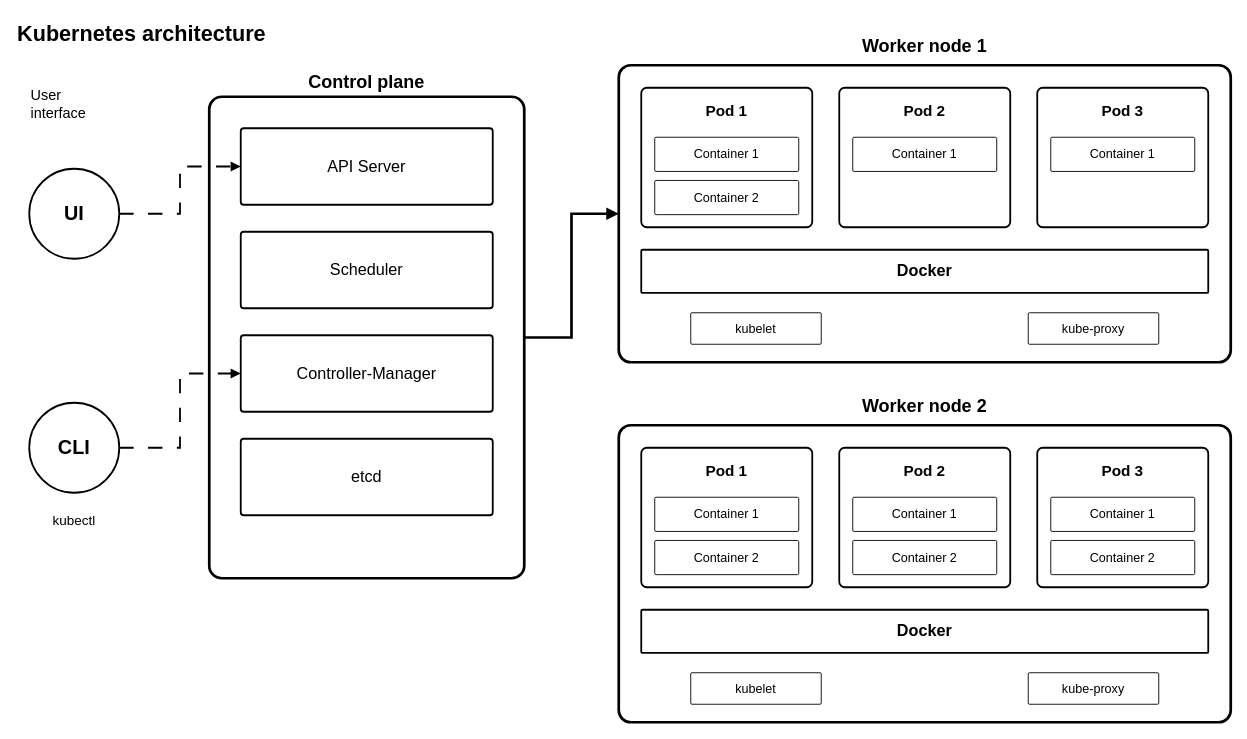
The draw.io diagram Architecture_flow/kubernetes_architecture.drawio in teja963/Advanced-DSA-and-CS-Theory, before the edit. Source tidied: cells renumbered, new cells numbered last; positions are measured from the earlier drawing's top-left corner, leaving out a move shared by most shapes. Both pictures are drawn from the tidied source at 90%, with x=0, y=0 at pixel (15, 15).
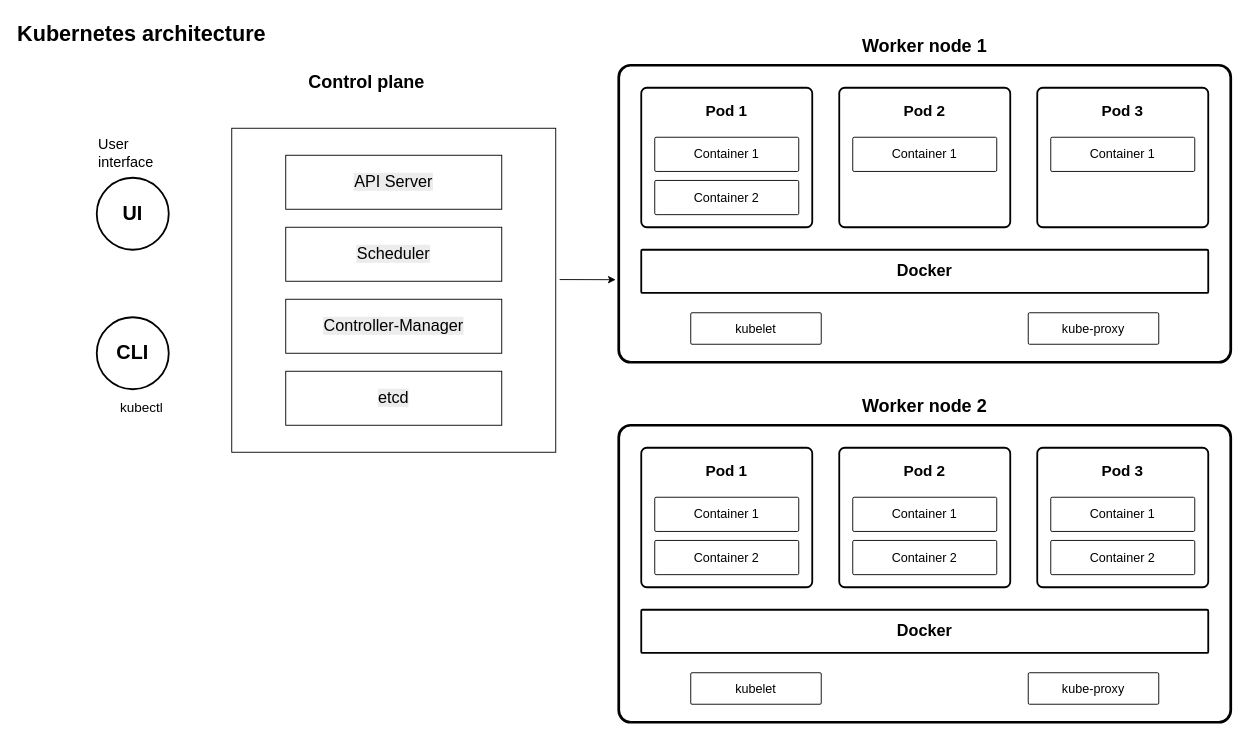
Above is the later version.

Unchanged cells that the change refers to:
```xml
<mxCell id="14" style="rounded=1;whiteSpace=wrap;html=1;strokeColor=#000000;fillColor=#ffffff;strokeWidth=3;arcSize=4;" parent="1" vertex="1">
  <mxGeometry x="670" y="55" width="680" height="330" as="geometry" />
</mxCell>
```

Diff of the diagram source:
```diff
@@
     <mxCell id="3" value="User&#10;interface" style="text;html=1;align=left;verticalAlign=middle;whiteSpace=wrap;fontSize=16;fontColor=#000000;" parent="1" vertex="1">
-      <mxGeometry x="15" y="70" width="120" height="55" as="geometry" />
+      <mxGeometry x="90" y="125" width="120" height="55" as="geometry" />
     </mxCell>
     <mxCell id="4" value="UI" style="ellipse;whiteSpace=wrap;html=1;strokeColor=#000000;fillColor=#ffffff;fontColor=#000000;fontSize=22;fontStyle=1;strokeWidth=2;" parent="1" vertex="1">
-      <mxGeometry x="15" y="170" width="100" height="100" as="geometry" />
+      <mxGeometry x="90" y="180" width="80" height="80" as="geometry" />
     </mxCell>
     <mxCell id="5" value="CLI" style="ellipse;whiteSpace=wrap;html=1;strokeColor=#000000;fillColor=#ffffff;fontColor=#000000;fontSize=22;fontStyle=1;strokeWidth=2;" parent="1" vertex="1">
-      <mxGeometry x="15" y="430" width="100" height="100" as="geometry" />
+      <mxGeometry x="90" y="335" width="80" height="80" as="geometry" />
     </mxCell>
     <mxCell id="6" value="kubectl" style="text;html=1;align=center;verticalAlign=middle;whiteSpace=wrap;fontSize=15;fontColor=#000000;" parent="1" vertex="1">
-      <mxGeometry x="15" y="545" width="100" height="30" as="geometry" />
+      <mxGeometry x="90" y="420" width="100" height="30" as="geometry" />
     </mxCell>
@@
-    <mxCell id="8" style="rounded=1;whiteSpace=wrap;html=1;strokeColor=#000000;fillColor=#ffffff;strokeWidth=3;arcSize=4;" parent="1" vertex="1">
-      <mxGeometry x="215" y="90" width="350" height="535" as="geometry" />
-    </mxCell>
-    <mxCell id="9" value="API Server" style="rounded=1;whiteSpace=wrap;html=1;strokeColor=#000000;fillColor=#ffffff;fontColor=#000000;fontSize=18;strokeWidth=2;arcSize=4;" parent="8" vertex="1">
-      <mxGeometry x="35" y="35" width="280" height="85" as="geometry" />
-    </mxCell>
-    <mxCell id="10" value="Scheduler" style="rounded=1;whiteSpace=wrap;html=1;strokeColor=#000000;fillColor=#ffffff;fontColor=#000000;fontSize=18;strokeWidth=2;arcSize=4;" parent="8" vertex="1">
-      <mxGeometry x="35" y="150" width="280" height="85" as="geometry" />
-    </mxCell>
-    <mxCell id="11" value="Controller-Manager" style="rounded=1;whiteSpace=wrap;html=1;strokeColor=#000000;fillColor=#ffffff;fontColor=#000000;fontSize=18;strokeWidth=2;arcSize=4;" parent="8" vertex="1">
-      <mxGeometry x="35" y="265" width="280" height="85" as="geometry" />
-    </mxCell>
-    <mxCell id="12" value="etcd" style="rounded=1;whiteSpace=wrap;html=1;strokeColor=#000000;fillColor=#ffffff;fontColor=#000000;fontSize=18;strokeWidth=2;arcSize=4;" parent="8" vertex="1">
-      <mxGeometry x="35" y="380" width="280" height="85" as="geometry" />
-    </mxCell>
@@
-    <mxCell id="39" style="edgeStyle=orthogonalEdgeStyle;rounded=0;jettySize=auto;html=1;dashed=1;dashPattern=8 8;endArrow=block;endFill=1;strokeColor=#000000;strokeWidth=2;" parent="1" edge="1" source="4" target="9">
-      <mxGeometry relative="1" as="geometry" />
-    </mxCell>
-    <mxCell id="40" style="edgeStyle=orthogonalEdgeStyle;rounded=0;jettySize=auto;html=1;dashed=1;dashPattern=8 8;endArrow=block;endFill=1;strokeColor=#000000;strokeWidth=2;" parent="1" edge="1" source="5" target="11">
-      <mxGeometry relative="1" as="geometry" />
-    </mxCell>
-    <mxCell id="41" style="edgeStyle=orthogonalEdgeStyle;rounded=0;jettySize=auto;html=1;endArrow=block;endFill=1;strokeColor=#000000;strokeWidth=3;" parent="1" edge="1" source="8" target="14">
-      <mxGeometry relative="1" as="geometry" />
-    </mxCell>
+    <mxCell id="42" style="whiteSpace=wrap;html=1;" parent="1" vertex="1">
+      <mxGeometry x="240" y="125" width="360" height="360" as="geometry" />
+    </mxCell>
+    <mxCell id="9" value="&lt;span style=&quot;caret-color: rgb(0, 0, 0); color: rgb(0, 0, 0); font-family: Helvetica; font-size: 18px; font-style: normal; font-variant-caps: normal; font-weight: 400; letter-spacing: normal; orphans: 2; text-align: center; text-indent: 0px; text-transform: none; white-space: normal; widows: 2; word-spacing: 0px; -webkit-text-stroke-width: 0px; background-color: rgb(236, 236, 236); text-decoration: none; display: inline !important; float: none;&quot;&gt;API Server&lt;/span&gt;" style="rounded=0;whiteSpace=wrap;html=1;" parent="1" vertex="1">
+      <mxGeometry x="300" y="155" width="240" height="60" as="geometry" />
+    </mxCell>
+    <mxCell id="10" value="&lt;span style=&quot;caret-color: rgb(0, 0, 0); color: rgb(0, 0, 0); font-family: Helvetica; font-size: 18px; font-style: normal; font-variant-caps: normal; font-weight: 400; letter-spacing: normal; orphans: 2; text-align: center; text-indent: 0px; text-transform: none; white-space: normal; widows: 2; word-spacing: 0px; -webkit-text-stroke-width: 0px; background-color: rgb(236, 236, 236); text-decoration: none; display: inline !important; float: none;&quot;&gt;Scheduler&lt;/span&gt;" style="rounded=0;whiteSpace=wrap;html=1;" parent="1" vertex="1">
+      <mxGeometry x="300" y="235" width="240" height="60" as="geometry" />
+    </mxCell>
+    <mxCell id="11" value="&lt;span style=&quot;caret-color: rgb(0, 0, 0); color: rgb(0, 0, 0); font-family: Helvetica; font-size: 18px; font-style: normal; font-variant-caps: normal; font-weight: 400; letter-spacing: normal; orphans: 2; text-align: center; text-indent: 0px; text-transform: none; white-space: normal; widows: 2; word-spacing: 0px; -webkit-text-stroke-width: 0px; background-color: rgb(236, 236, 236); text-decoration: none; display: inline !important; float: none;&quot;&gt;Controller-Manager&lt;/span&gt;" style="rounded=0;whiteSpace=wrap;html=1;" parent="1" vertex="1">
+      <mxGeometry x="300" y="315" width="240" height="60" as="geometry" />
+    </mxCell>
+    <mxCell id="12" value="&lt;span style=&quot;caret-color: rgb(0, 0, 0); color: rgb(0, 0, 0); font-family: Helvetica; font-size: 18px; font-style: normal; font-variant-caps: normal; font-weight: 400; letter-spacing: normal; orphans: 2; text-align: center; text-indent: 0px; text-transform: none; white-space: normal; widows: 2; word-spacing: 0px; -webkit-text-stroke-width: 0px; background-color: rgb(236, 236, 236); text-decoration: none; display: inline !important; float: none;&quot;&gt;etcd&lt;/span&gt;" style="rounded=0;whiteSpace=wrap;html=1;" parent="1" vertex="1">
+      <mxGeometry x="300" y="395" width="240" height="60" as="geometry" />
+    </mxCell>
+    <mxCell id="43" style="endArrow=classic;html=1;rounded=0;exitX=1.012;exitY=0.467;exitDx=0;exitDy=0;exitPerimeter=0;entryX=-0.005;entryY=0.722;entryDx=0;entryDy=0;entryPerimeter=0;" parent="1" edge="1" source="42" target="14">
+      <mxGeometry relative="1" as="geometry" />
+    </mxCell>
```
